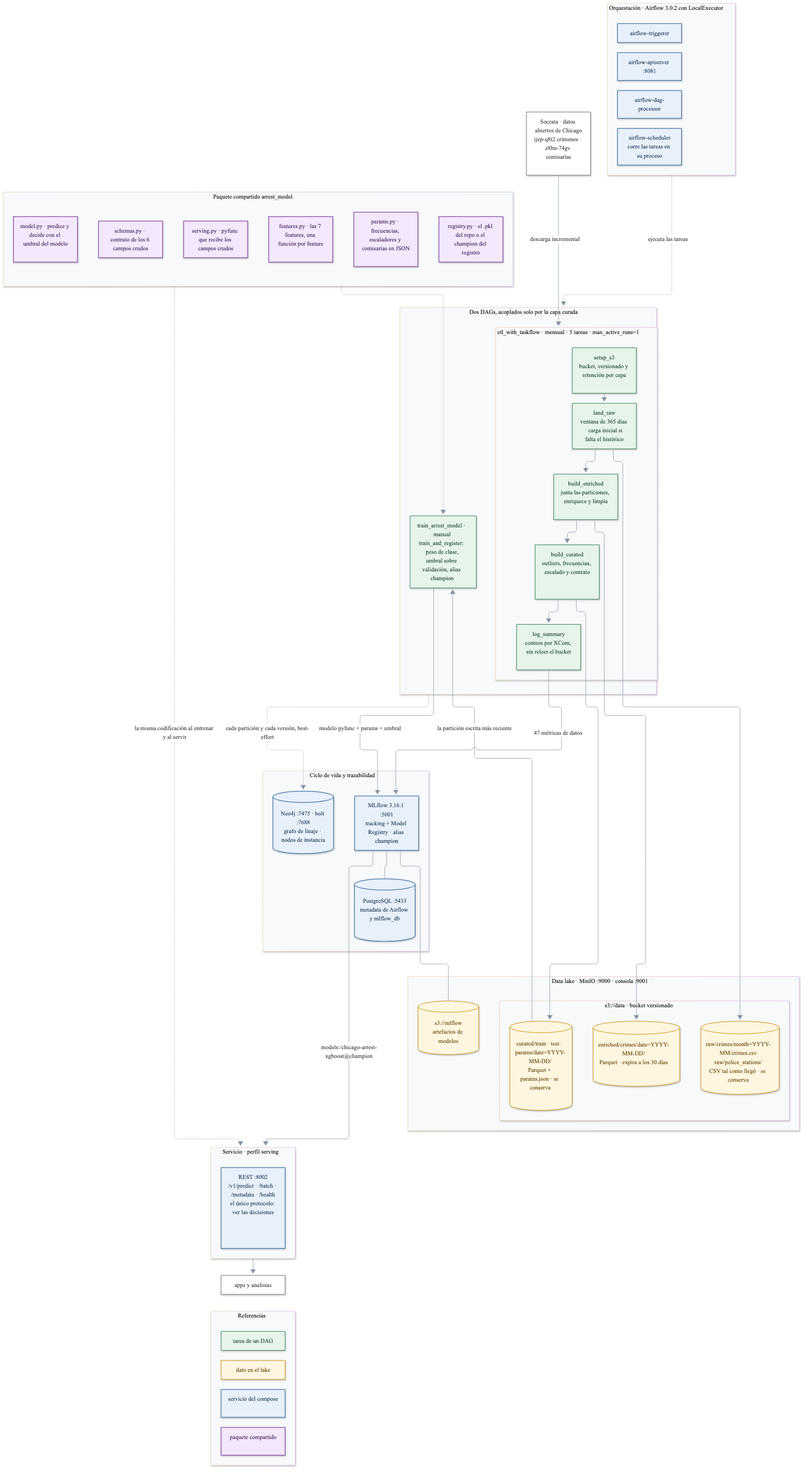
Before: docs/arquitectura.png, a diagram exported from Mermaid (BelCattaneo/mlops2). Its source is kept beside it as docs/arquitectura.mmd.
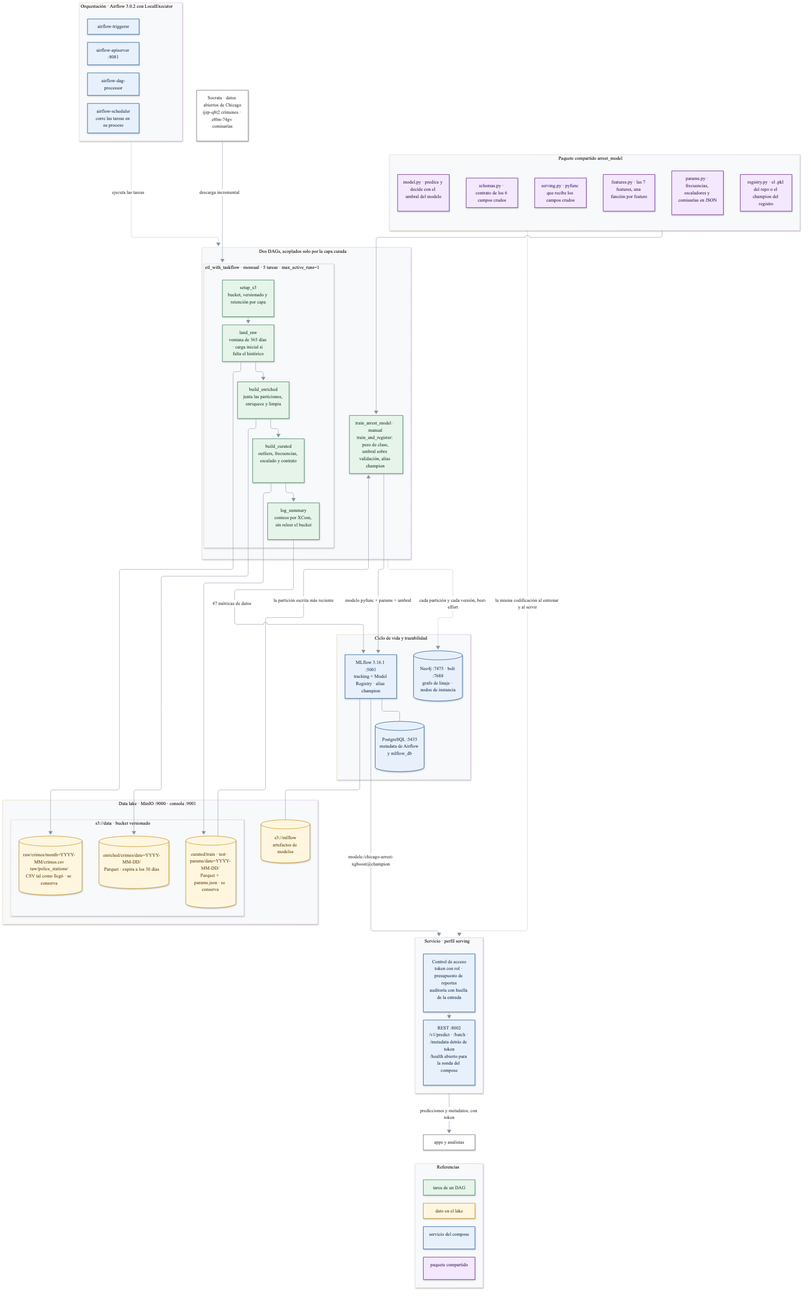
The same diagram one commit later.

Diff of the diagram source:
```diff
@@ -60,7 +60,9 @@
 
   subgraph serv["Servicio · perfil serving"]
     direction TB
-    REST["REST :8002<br/>/v1/predict · /batch · /metadata · /health<br/>el único protocolo: ver las decisiones"]:::infra
+    SEC["Control de acceso<br/>token con rol · presupuesto de reportes<br/>auditoría con huella de la entrada"]:::infra
+    REST["REST :8002<br/>/v1/predict · /batch · /metadata detrás de token<br/>/health abierto para la sonda del compose"]:::infra
+    SEC --> REST
   end
 
   SOC -->|"descarga incremental"| etl
@@ -77,7 +79,7 @@
   MLF -->|"models:/chicago-arrest-xgboost@champion"| serv
   pkg -.->|"la misma codificación al entrenar y al servir"| serv
   pkg -.-> TRA
-  serv --> CLI["apps y analistas"]:::externo
+  serv -->|"predicciones y metadatos, con token"| CLI["apps y analistas"]:::externo
 
   subgraph ref2["Referencias"]
     direction TB
```
